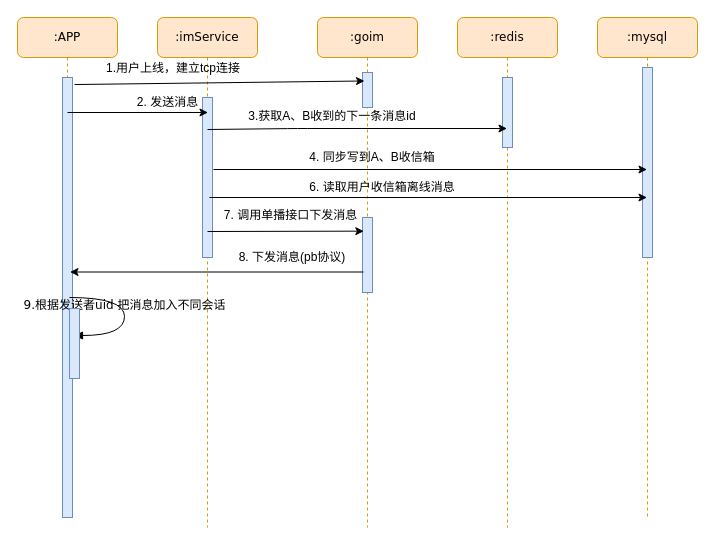
The draw.io diagram arch/im/onlineSingleChat.drawio in zhangchuhu/drawio, before the edit. Source tidied: cells renumbered, new cells numbered last; positions are measured from the earlier drawing's top-left corner, leaving out a move shared by most shapes. Both pictures are drawn from the tidied source at 100%, with x=0, y=0 at pixel (17, 17).
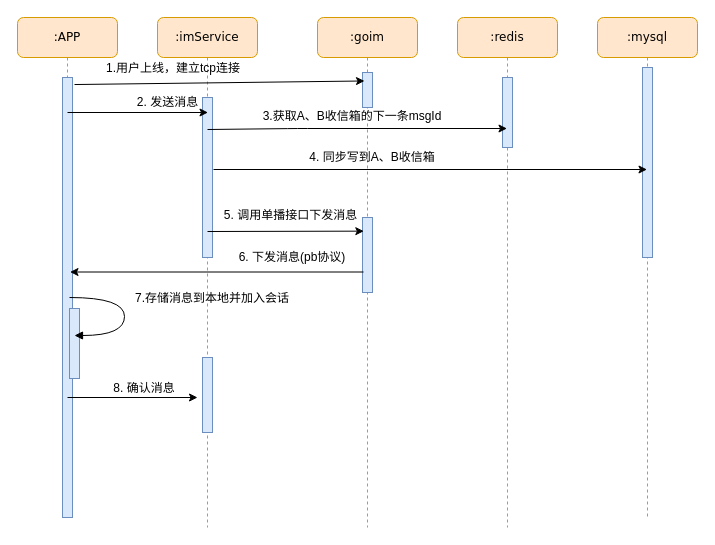
The same page after the edit.

The change refers to these unchanged cells:
```xml
<mxCell id="9" value=":mysql" style="shape=umlLifeline;perimeter=lifelinePerimeter;whiteSpace=wrap;html=1;outlineConnect=0;rounded=1;shadow=0;comic=0;labelBackgroundColor=none;strokeWidth=1;fontFamily=Verdana;fontSize=12;align=center;fillColor=#ffe6cc;strokeColor=#d79b00;" parent="1" vertex="1">
  <mxGeometry x="580" width="100" height="500" as="geometry" />
</mxCell>
```

The edit, as a diff of the source:
```diff
@@
-    <mxCell id="13" value="9.根据发送者uid 把消息加入不同会话" style="html=1;verticalAlign=bottom;endArrow=block;labelBackgroundColor=none;fontFamily=Verdana;fontSize=12;elbow=vertical;edgeStyle=orthogonalEdgeStyle;curved=1;entryX=1;entryY=0.286;entryPerimeter=0;exitX=1.038;exitY=0.345;exitPerimeter=0;" parent="1" edge="1">
-      <mxGeometry relative="1" as="geometry">
-        <mxPoint x="52" y="280" as="sourcePoint" />
-        <mxPoint x="57" y="318" as="targetPoint" />
-        <Array as="points">
-          <mxPoint x="107" y="280" />
-          <mxPoint x="107" y="318" />
-        </Array>
-      </mxGeometry>
-    </mxCell>
@@
-    <mxCell id="16" value="7. 调用单播接口下发消息" style="text;html=1;strokeColor=none;fillColor=none;align=center;verticalAlign=middle;whiteSpace=wrap;rounded=0;" parent="1" vertex="1">
+    <mxCell id="16" value="5. 调用单播接口下发消息" style="text;html=1;strokeColor=none;fillColor=none;align=center;verticalAlign=middle;whiteSpace=wrap;rounded=0;" parent="1" vertex="1">
       <mxGeometry x="197" y="188" width="153" height="20" as="geometry" />
     </mxCell>
-    <mxCell id="17" style="endArrow=classic;html=1;" parent="1" edge="1" target="9">
-      <mxGeometry relative="1" as="geometry">
-        <mxPoint x="192" y="180" as="sourcePoint" />
-      </mxGeometry>
-    </mxCell>
-    <mxCell id="18" value="8. 下发消息(pb协议)" style="text;html=1;strokeColor=none;fillColor=none;align=center;verticalAlign=middle;whiteSpace=wrap;rounded=0;" parent="1" vertex="1">
+    <mxCell id="18" value="6. 下发消息(pb协议)" style="text;html=1;strokeColor=none;fillColor=none;align=center;verticalAlign=middle;whiteSpace=wrap;rounded=0;" parent="1" vertex="1">
       <mxGeometry x="220" y="230" width="110" height="20" as="geometry" />
     </mxCell>
@@
-    <mxCell id="23" value="3.获取A、B收到的下一条消息id" style="text;html=1;strokeColor=none;fillColor=none;align=center;verticalAlign=middle;whiteSpace=wrap;rounded=0;" parent="1" vertex="1">
-      <mxGeometry x="230" y="89" width="170" height="20" as="geometry" />
+    <mxCell id="23" value="3.获取A、B收信箱的下一条msgId" style="text;html=1;strokeColor=none;fillColor=none;align=center;verticalAlign=middle;whiteSpace=wrap;rounded=0;" parent="1" vertex="1">
+      <mxGeometry x="230" y="89" width="210" height="20" as="geometry" />
     </mxCell>
@@
-    <mxCell id="25" value="6. 读取用户收信箱离线消息" style="text;html=1;strokeColor=none;fillColor=none;align=center;verticalAlign=middle;whiteSpace=wrap;rounded=0;" parent="1" vertex="1">
-      <mxGeometry x="280" y="160" width="170" height="20" as="geometry" />
-    </mxCell>
@@
+    <mxCell id="29" value="7.存储消息到本地并加入会话" style="text;html=1;strokeColor=none;fillColor=none;align=center;verticalAlign=middle;whiteSpace=wrap;rounded=0;" parent="1" vertex="1">
+      <mxGeometry x="110" y="271" width="170" height="20" as="geometry" />
+    </mxCell>
+    <mxCell id="30" style="endArrow=classic;html=1;" parent="1" edge="1">
+      <mxGeometry relative="1" as="geometry">
+        <mxPoint x="50" y="380" as="sourcePoint" />
+        <mxPoint x="180" y="380" as="targetPoint" />
+      </mxGeometry>
+    </mxCell>
+    <mxCell id="31" style="html=1;perimeter=orthogonalPerimeter;rounded=0;shadow=0;comic=0;labelBackgroundColor=none;strokeWidth=1;fontFamily=Verdana;fontSize=12;align=center;fillColor=#dae8fc;strokeColor=#6c8ebf;" parent="1" vertex="1">
+      <mxGeometry x="185" y="340" width="10" height="75" as="geometry" />
+    </mxCell>
+    <mxCell id="32" value="8. 确认消息" style="text;html=1;strokeColor=none;fillColor=none;align=center;verticalAlign=middle;whiteSpace=wrap;rounded=0;" parent="1" vertex="1">
+      <mxGeometry x="72" y="361" width="110" height="20" as="geometry" />
+    </mxCell>
+    <mxCell id="13" value="9.根据发送者uid 把消息加入不同会话" style="html=1;verticalAlign=bottom;endArrow=block;labelBackgroundColor=none;fontFamily=Verdana;fontSize=12;elbow=vertical;edgeStyle=orthogonalEdgeStyle;curved=1;entryX=1;entryY=0.286;entryPerimeter=0;exitX=1.038;exitY=0.345;exitPerimeter=0;fontColor=none;noLabel=1;" parent="1" edge="1">
+      <mxGeometry x="0.3" y="-73" relative="1" as="geometry">
+        <mxPoint x="52" y="280" as="sourcePoint" />
+        <mxPoint x="57" y="318" as="targetPoint" />
+        <Array as="points">
+          <mxPoint x="107" y="280" />
+          <mxPoint x="107" y="318" />
+        </Array>
+        <mxPoint x="73" y="73" as="offset" />
+      </mxGeometry>
+    </mxCell>
```
